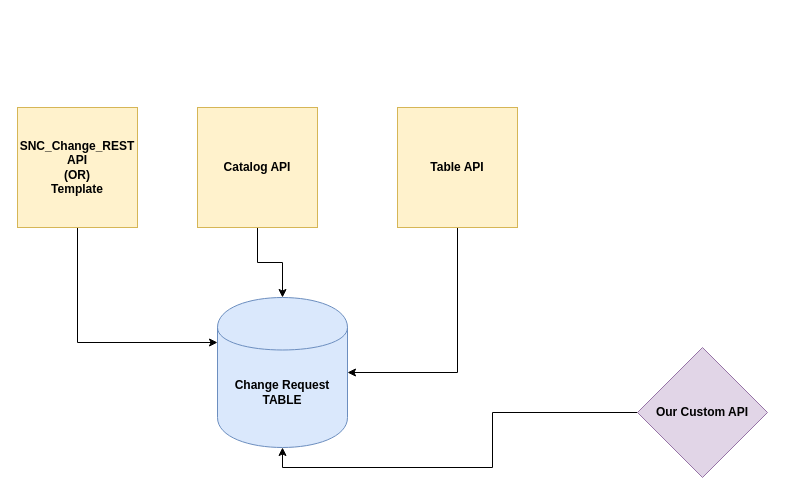
This is ServiceNowChangeAPI.drawio from makhan7/Draw-workflows, a draw.io file, before an edit. Source tidied: cells renumbered, new cells numbered last; positions are measured from the earlier drawing's top-left corner, leaving out a move shared by most shapes. Both pictures are drawn from the tidied source at 100%, with x=0, y=0 at pixel (17, 107).
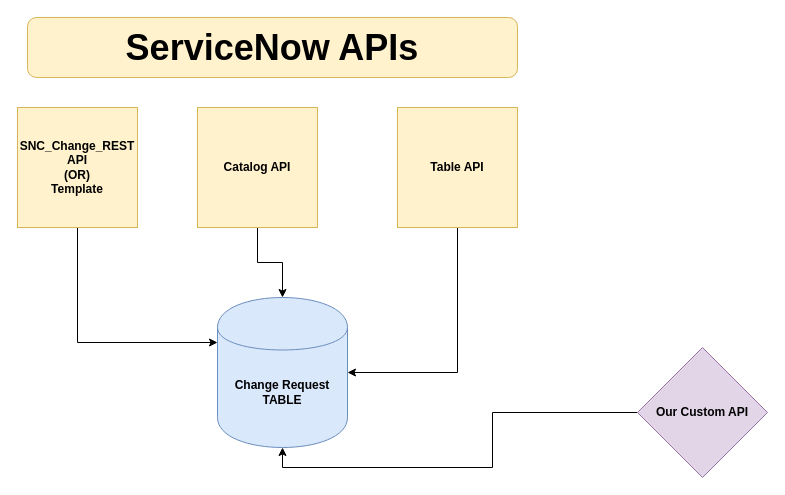
Above is the later version.

What changed in the source:
```diff
@@
 <mxGraphModel>
   <root>
     <mxCell id="0" />
     <mxCell id="1" parent="0" />
     <mxCell id="2" style="edgeStyle=orthogonalEdgeStyle;rounded=0;jettySize=auto;html=1;exitX=0.5;exitY=1;exitDx=0;exitDy=0;entryX=0;entryY=0.3;entryDx=0;entryDy=0;" parent="1" edge="1" source="3" target="4">
       <mxGeometry relative="1" as="geometry" />
     </mxCell>
     <mxCell id="3" value="&lt;div&gt;&lt;b&gt;SNC_Change_REST&lt;/b&gt;&lt;/div&gt;&lt;div&gt;&lt;b&gt;API&lt;br&gt;&lt;/b&gt;&lt;/div&gt;&lt;div&gt;&lt;b&gt;(OR)&lt;/b&gt;&lt;/div&gt;&lt;div&gt;&lt;b&gt;Template&lt;br&gt;&lt;/b&gt;&lt;/div&gt;" style="whiteSpace=wrap;html=1;fillColor=#fff2cc;strokeColor=#d6b656;" parent="1" vertex="1">
       <mxGeometry width="120" height="120" as="geometry" />
     </mxCell>
     <mxCell id="4" value="&lt;b&gt;Change Request TABLE&lt;/b&gt;" style="shape=cylinder;whiteSpace=wrap;html=1;boundedLbl=1;backgroundOutline=1;fillColor=#dae8fc;strokeColor=#6c8ebf;" parent="1" vertex="1">
       <mxGeometry x="200" y="190" width="130" height="150" as="geometry" />
     </mxCell>
     <mxCell id="5" style="edgeStyle=orthogonalEdgeStyle;rounded=0;jettySize=auto;html=1;exitX=0;exitY=0.5;exitDx=0;exitDy=0;entryX=0.5;entryY=1;entryDx=0;entryDy=0;" parent="1" edge="1" source="6" target="4">
       <mxGeometry relative="1" as="geometry" />
     </mxCell>
     <mxCell id="6" value="&lt;b&gt;Our Custom API&lt;br&gt;&lt;/b&gt;" style="rhombus;whiteSpace=wrap;html=1;fillColor=#e1d5e7;strokeColor=#9673a6;" parent="1" vertex="1">
       <mxGeometry x="620" y="240" width="130" height="130" as="geometry" />
     </mxCell>
     <mxCell id="7" style="edgeStyle=orthogonalEdgeStyle;rounded=0;jettySize=auto;html=1;exitX=0.5;exitY=1;exitDx=0;exitDy=0;entryX=0.5;entryY=0;entryDx=0;entryDy=0;" parent="1" edge="1" source="8" target="4">
       <mxGeometry relative="1" as="geometry" />
     </mxCell>
     <mxCell id="8" value="&lt;b&gt;Catalog API&lt;/b&gt;" style="whiteSpace=wrap;html=1;fillColor=#fff2cc;strokeColor=#d6b656;" parent="1" vertex="1">
       <mxGeometry x="180" width="120" height="120" as="geometry" />
     </mxCell>
     <mxCell id="9" style="edgeStyle=orthogonalEdgeStyle;rounded=0;jettySize=auto;html=1;exitX=0.5;exitY=1;exitDx=0;exitDy=0;entryX=1;entryY=0.5;entryDx=0;entryDy=0;" parent="1" edge="1" source="10" target="4">
       <mxGeometry relative="1" as="geometry" />
     </mxCell>
     <mxCell id="10" value="&lt;b&gt;Table API&lt;br&gt;&lt;/b&gt;" style="whiteSpace=wrap;html=1;fillColor=#fff2cc;strokeColor=#d6b656;" parent="1" vertex="1">
       <mxGeometry x="380" width="120" height="120" as="geometry" />
     </mxCell>
+    <mxCell id="11" value="&lt;font style=&quot;font-size: 36px&quot;&gt;&lt;b&gt;ServiceNow APIs&lt;br&gt;&lt;/b&gt;&lt;/font&gt;" style="rounded=1;whiteSpace=wrap;html=1;fillColor=#fff2cc;strokeColor=#d6b656;" parent="1" vertex="1">
+      <mxGeometry x="10" y="-90" width="490" height="60" as="geometry" />
+    </mxCell>
   </root>
 </mxGraphModel>
```
